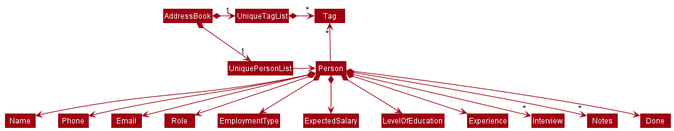
Above: docs/images/BetterModelClassDiagram.png in nus-cs2103-AY2122S1/tp (PlantUML), before the change.
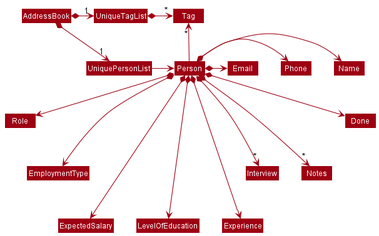
The same file after the commit.

Commit message:
Edit Class Diagrams

Change to the diagram source:
```diff
@@ -14,15 +14,16 @@
 
 Person -up-> "*" Tag
 
-Person *--> Name
-Person *--> Phone
-Person *--> Email
+Person *-> Name
+Person *-> Phone
+Person *-> Email
 Person *--> Role
-Person *--> EmploymentType
-Person *--> ExpectedSalary
-Person *--> LevelOfEducation
-Person *--> Experience
-Person *--> "*" Interview
-Person *--> "*" Notes
+Person *---> EmploymentType
+Person *----> ExpectedSalary
+Person *----> LevelOfEducation
+Person *----> Experience
+Person *---> "*" Interview
+Person *---> "*" Notes
 Person *--> Done
+
 @enduml
```
